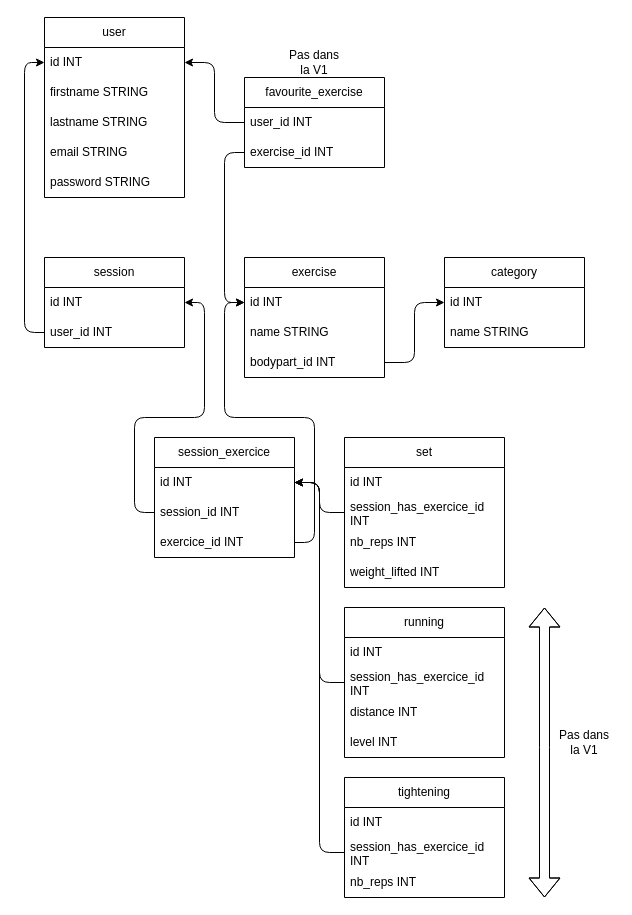
Above: backend/DOCS/mcd.drawio in chloebatillet/fitness-buddy (draw.io), before the change. Source tidied: cells renumbered, new cells numbered last; positions are measured from the earlier drawing's top-left corner, leaving out a move shared by most shapes. Both pictures are drawn from the tidied source at 100%, with x=0, y=0 at pixel (24, 17).
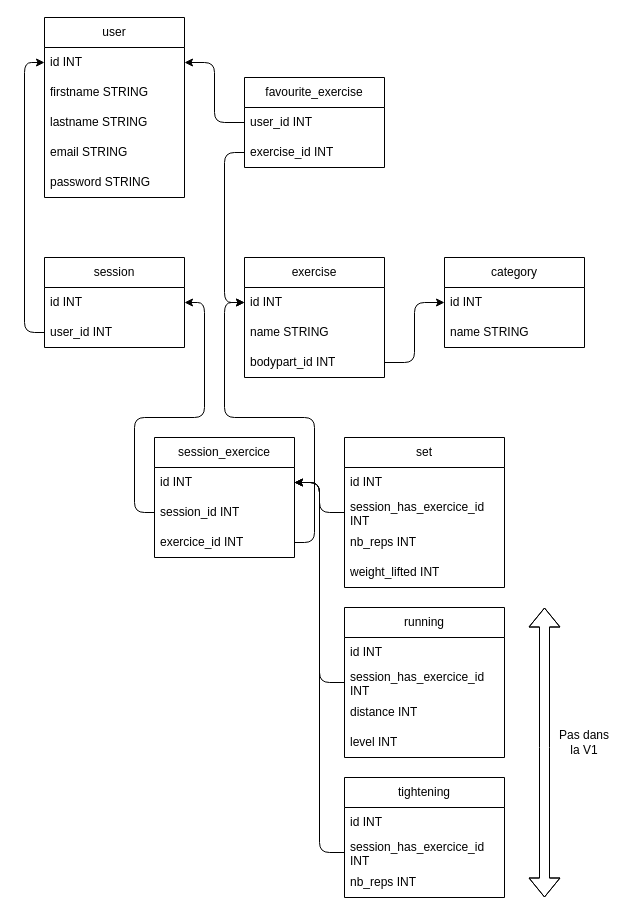
The same page after the edit.

The edit, as a diff of the source:
```diff
@@
-    <mxCell id="50" value="Pas dans la V1" style="text;html=1;strokeColor=none;fillColor=none;align=center;verticalAlign=middle;whiteSpace=wrap;rounded=0;" parent="1" vertex="1">
-      <mxGeometry x="260" y="30" width="60" height="30" as="geometry" />
-    </mxCell>
```
